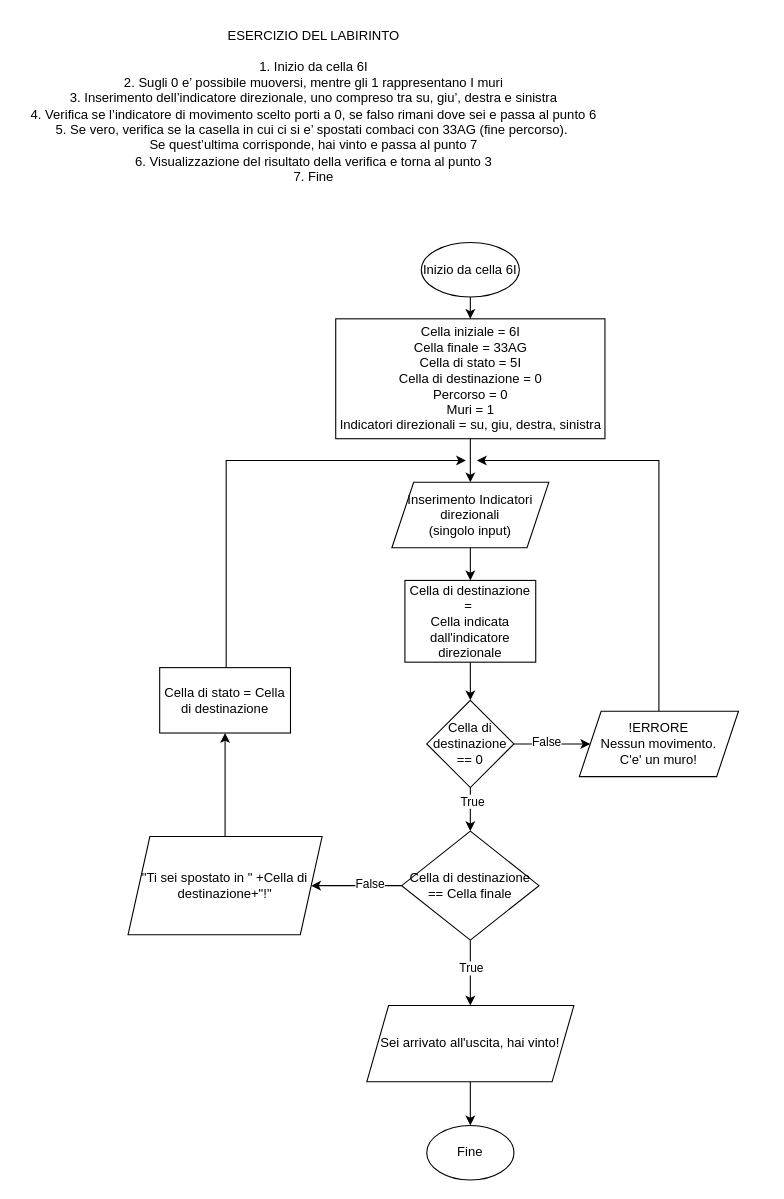
Earlier version of the draw.io diagram labirinto.drawio (Aislir/BitCamp). Source tidied: cells renumbered, new cells numbered last; positions are measured from the earlier drawing's top-left corner, leaving out a move shared by most shapes. Both pictures are drawn from the tidied source at 109%, with x=0, y=0 at pixel (19, 19).
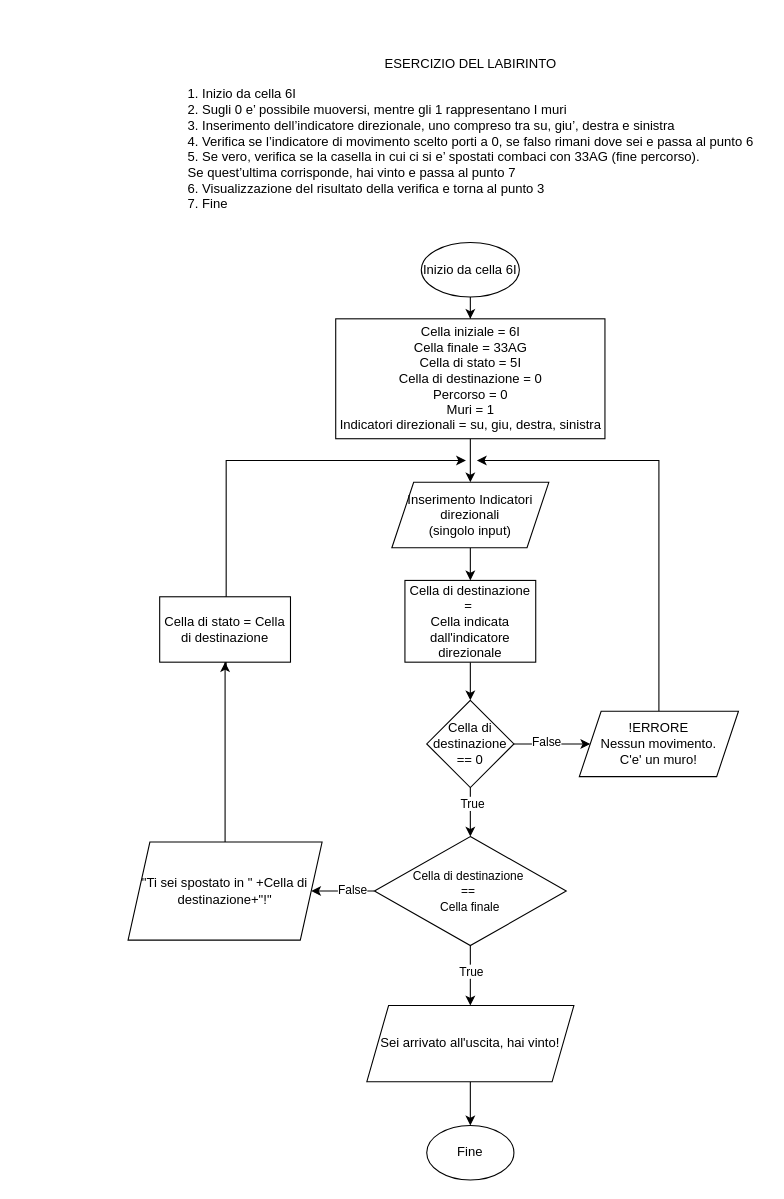
The same page after the edit.

The edit, as a diff of the source:
```diff
@@
-    <mxCell id="2" value="&lt;div&gt;ESERCIZIO DEL LABIRINTO&lt;/div&gt;&lt;div&gt;&lt;br&gt;&lt;/div&gt;1. Inizio da cella 6I&lt;div&gt;2. Sugli 0 e’ possibile muoversi, mentre gli 1 rappresentano I muri&lt;/div&gt;&lt;div&gt;3. Inserimento dell’indicatore direzionale, uno compreso tra su, giu’, destra e sinistra&lt;br&gt;&lt;/div&gt;&lt;div&gt;4. Verifica se l’indicatore di movimento scelto porti a 0, se falso rimani dove sei e passa al punto 6&lt;br&gt;&lt;/div&gt;&lt;div&gt;5. Se vero, verifica se la casella in cui ci si e’ spostati combaci con 33AG (fine percorso).&amp;nbsp;&lt;/div&gt;&lt;div&gt;Se quest’ultima corrisponde, hai vinto e passa al punto 7&lt;br&gt;&lt;/div&gt;&lt;div&gt;6. Visualizzazione del risultato della verifica e torna al punto 3&lt;br&gt;&lt;/div&gt;&lt;div&gt;7. Fine&lt;br&gt;&lt;/div&gt;" style="text;html=1;align=center;verticalAlign=middle;strokeColor=none;fillColor=none;" parent="1" vertex="1">
-      <mxGeometry width="540" height="160" as="geometry" />
+    <mxCell id="2" value="&lt;div&gt;ESERCIZIO DEL LABIRINTO&lt;/div&gt;&lt;div&gt;&lt;br&gt;&lt;/div&gt;&lt;div style=&quot;text-align: left;&quot;&gt;&lt;span style=&quot;background-color: initial;&quot;&gt;1. Inizio da cella 6I&lt;/span&gt;&lt;/div&gt;&lt;div style=&quot;text-align: left;&quot;&gt;2. Sugli 0 e’ possibile muoversi, mentre gli 1 rappresentano I muri&lt;/div&gt;&lt;div style=&quot;text-align: left;&quot;&gt;3. Inserimento dell’indicatore direzionale, uno compreso tra su, giu’, destra e sinistra&lt;br&gt;&lt;/div&gt;&lt;div style=&quot;text-align: left;&quot;&gt;4. Verifica se l’indicatore di movimento scelto porti a 0, se falso rimani dove sei e passa al punto 6&lt;br&gt;&lt;/div&gt;&lt;div style=&quot;text-align: left;&quot;&gt;5. Se vero, verifica se la casella in cui ci si e’ spostati combaci con 33AG (fine percorso).&amp;nbsp;&lt;/div&gt;&lt;div style=&quot;text-align: left;&quot;&gt;Se quest’ultima corrisponde, hai vinto e passa al punto 7&lt;br&gt;&lt;/div&gt;&lt;div style=&quot;text-align: left;&quot;&gt;6. Visualizzazione del risultato della verifica e torna al punto 3&lt;br&gt;&lt;/div&gt;&lt;div style=&quot;text-align: left;&quot;&gt;7. Fine&lt;br&gt;&lt;/div&gt;" style="text;html=1;align=center;verticalAlign=middle;strokeColor=none;fillColor=none;" parent="1" vertex="1">
+      <mxGeometry x="144" y="25" width="540" height="160" as="geometry" />
     </mxCell>
@@
-    <mxCell id="22" value="Cella di destinazione == Cella finale" style="rhombus;whiteSpace=wrap;html=1;" parent="1" vertex="1">
-      <mxGeometry x="351" y="745" width="126" height="100" as="geometry" />
+    <mxCell id="22" value="&lt;font style=&quot;font-size: 11px;&quot;&gt;Cella di destinazione&amp;nbsp;&lt;/font&gt;&lt;div&gt;&lt;font style=&quot;font-size: 11px;&quot;&gt;==&amp;nbsp;&lt;/font&gt;&lt;/div&gt;&lt;div&gt;&lt;font style=&quot;font-size: 11px;&quot;&gt;Cella finale&lt;/font&gt;&lt;/div&gt;" style="rhombus;whiteSpace=wrap;html=1;" parent="1" vertex="1">
+      <mxGeometry x="326" y="750" width="176" height="100" as="geometry" />
     </mxCell>
@@
     <mxCell id="27" value="&quot;Ti sei spostato in &quot; +Cella di destinazione+&quot;!&quot;" style="shape=parallelogram;perimeter=parallelogramPerimeter;whiteSpace=wrap;html=1;fixedSize=1;" parent="1" vertex="1">
-      <mxGeometry x="100" y="750" width="178" height="90" as="geometry" />
+      <mxGeometry x="100" y="755" width="178" height="90" as="geometry" />
     </mxCell>
@@
     <mxCell id="29" value="Cella di stato = Cella di destinazione" style="whiteSpace=wrap;html=1;" parent="1" vertex="1">
-      <mxGeometry x="129" y="595" width="120" height="60" as="geometry" />
+      <mxGeometry x="129" y="530" width="120" height="60" as="geometry" />
     </mxCell>
```
